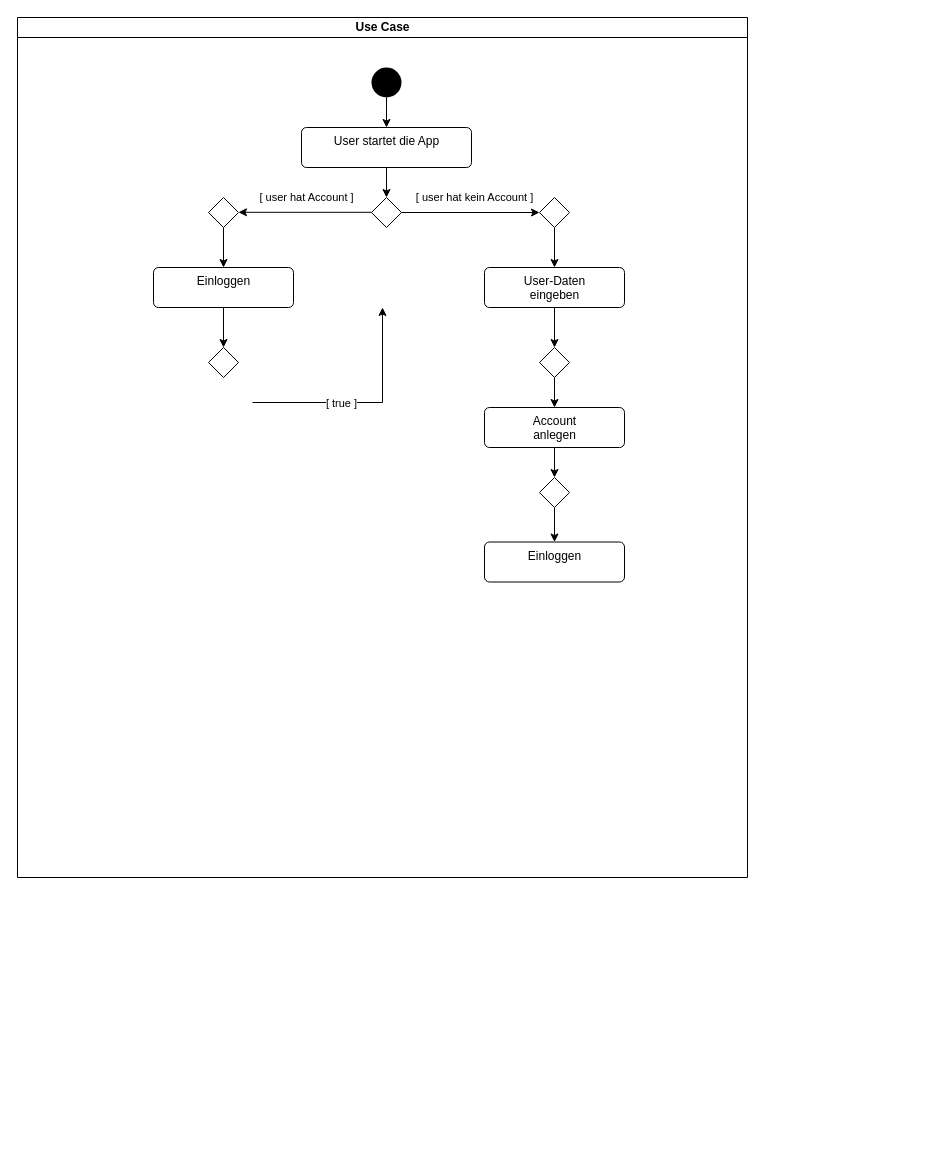
Earlier version of the draw.io diagram page "Aktivitätsdiagramm" (4 of 4) of Artefakte/Untitled Diagram.drawio (JJJS777/EPWS2122KwintSchiller). Source tidied: cells renumbered, new cells numbered last; positions are measured from the earlier drawing's top-left corner, leaving out a move shared by most shapes. Both pictures are drawn from the tidied source at 100%, with x=0, y=0 at pixel (17, 17).
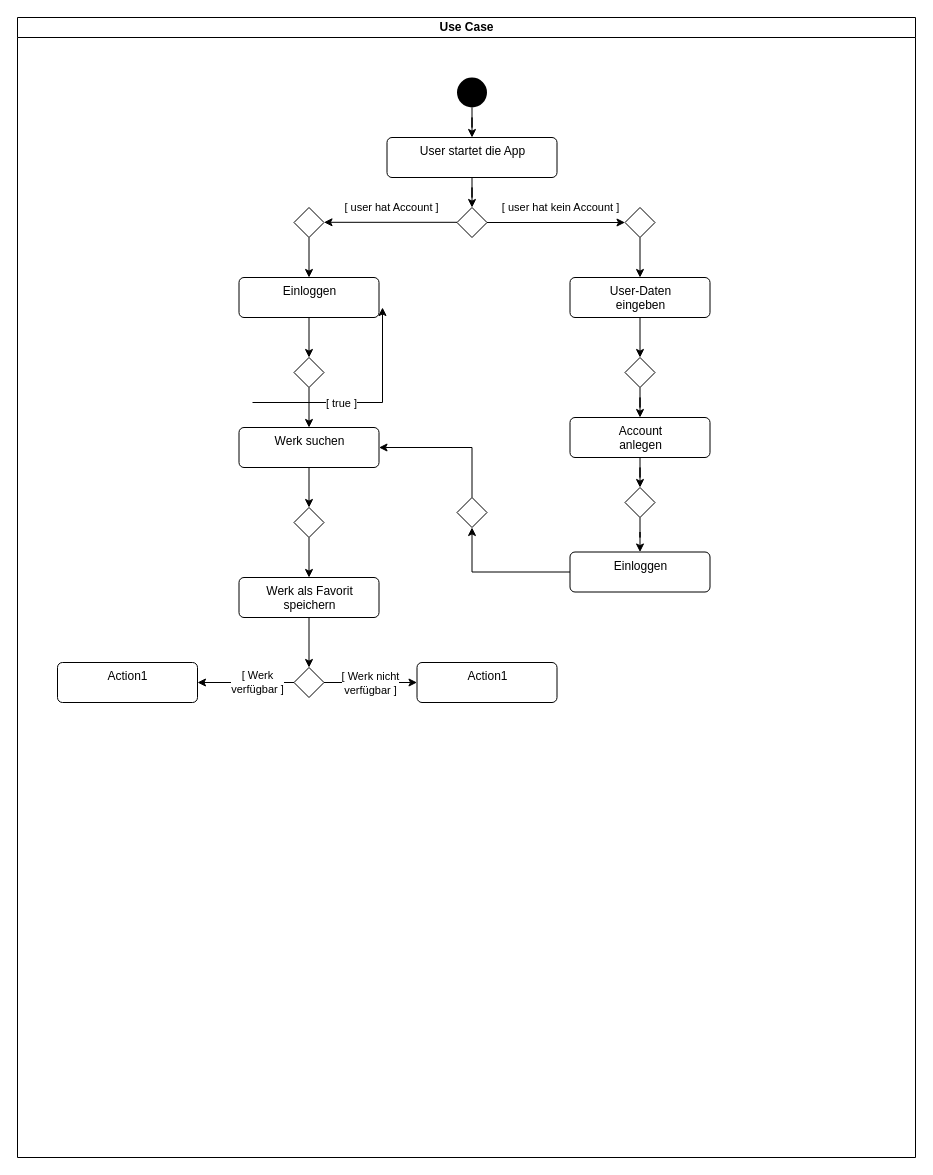
After the change.

Diff of the diagram source:
```diff
@@
     <mxCell id="2" value="Use Case" style="swimlane;html=1;startSize=20;" parent="1" vertex="1">
-      <mxGeometry width="730" height="860" as="geometry" />
+      <mxGeometry width="898" height="1140" as="geometry" />
     </mxCell>
@@
     <mxCell id="4" style="ellipse;fillColor=#000000;strokeColor=none;" parent="2" vertex="1">
-      <mxGeometry x="354" y="50" width="30" height="30" as="geometry" />
+      <mxGeometry x="439.5" y="60" width="30" height="30" as="geometry" />
     </mxCell>
@@
     <mxCell id="7" value="&lt;div&gt;User startet die App&lt;br&gt;&lt;/div&gt;" style="html=1;align=center;verticalAlign=top;rounded=1;absoluteArcSize=1;arcSize=10;dashed=0;" parent="2" vertex="1">
-      <mxGeometry x="284" y="110" width="170" height="40" as="geometry" />
+      <mxGeometry x="369.5" y="120" width="170" height="40" as="geometry" />
     </mxCell>
@@
     <mxCell id="24" style="rhombus;" parent="2" vertex="1">
-      <mxGeometry x="354" y="180" width="30" height="30" as="geometry" />
+      <mxGeometry x="439.5" y="190" width="30" height="30" as="geometry" />
     </mxCell>
@@
     <mxCell id="26" style="rhombus;" parent="2" vertex="1">
-      <mxGeometry x="191" y="180" width="30" height="30" as="geometry" />
+      <mxGeometry x="276.5" y="190" width="30" height="30" as="geometry" />
     </mxCell>
@@
     <mxCell id="28" style="rhombus;" parent="2" vertex="1">
-      <mxGeometry x="522" y="180" width="30" height="30" as="geometry" />
+      <mxGeometry x="607.5" y="190" width="30" height="30" as="geometry" />
     </mxCell>
     <mxCell id="29" style="edgeStyle=orthogonalEdgeStyle;rounded=0;orthogonalLoop=1;jettySize=auto;html=1;entryX=1;entryY=0.5;entryDx=0;entryDy=0;startArrow=none;startFill=0;" parent="2" edge="1">
       <mxGeometry relative="1" as="geometry">
-        <mxPoint x="354" y="194.8" as="sourcePoint" />
-        <mxPoint x="221" y="194.8" as="targetPoint" />
+        <mxPoint x="439.5" y="204.8" as="sourcePoint" />
+        <mxPoint x="306.5" y="204.8" as="targetPoint" />
       </mxGeometry>
     </mxCell>
@@
     <mxCell id="32" value="&lt;div&gt;User-Daten &lt;br&gt;eingeben&lt;br&gt;&lt;/div&gt;" style="html=1;align=center;verticalAlign=top;rounded=1;absoluteArcSize=1;arcSize=10;dashed=0;" parent="2" vertex="1">
-      <mxGeometry x="467" y="250" width="140" height="40" as="geometry" />
+      <mxGeometry x="552.5" y="260" width="140" height="40" as="geometry" />
     </mxCell>
@@
     <mxCell id="34" style="rhombus;" parent="2" vertex="1">
-      <mxGeometry x="522" y="330" width="30" height="30" as="geometry" />
+      <mxGeometry x="607.5" y="340" width="30" height="30" as="geometry" />
     </mxCell>
@@
     <mxCell id="36" value="&lt;div&gt;Account&lt;/div&gt;&lt;div&gt;anlegen&lt;/div&gt;" style="html=1;align=center;verticalAlign=top;rounded=1;absoluteArcSize=1;arcSize=10;dashed=0;" parent="2" vertex="1">
-      <mxGeometry x="467" y="390" width="140" height="40" as="geometry" />
+      <mxGeometry x="552.5" y="400" width="140" height="40" as="geometry" />
     </mxCell>
@@
     <mxCell id="38" style="rhombus;" parent="2" vertex="1">
-      <mxGeometry x="522" y="460" width="30" height="30" as="geometry" />
+      <mxGeometry x="607.5" y="470" width="30" height="30" as="geometry" />
     </mxCell>
+    <mxCell id="43" style="edgeStyle=orthogonalEdgeStyle;rounded=0;jettySize=auto;html=1;entryX=0.5;entryY=1;entryDx=0;entryDy=0;startArrow=none;startFill=0;" parent="2" edge="1" source="39" target="52">
+      <mxGeometry relative="1" as="geometry" />
+    </mxCell>
     <mxCell id="39" value="Einloggen" style="html=1;align=center;verticalAlign=top;rounded=1;absoluteArcSize=1;arcSize=10;dashed=0;" parent="2" vertex="1">
-      <mxGeometry x="467" y="524.5" width="140" height="40" as="geometry" />
+      <mxGeometry x="552.5" y="534.5" width="140" height="40" as="geometry" />
     </mxCell>
@@
     <mxCell id="41" value="Einloggen" style="html=1;align=center;verticalAlign=top;rounded=1;absoluteArcSize=1;arcSize=10;dashed=0;" parent="2" vertex="1">
-      <mxGeometry x="136" y="250" width="140" height="40" as="geometry" />
+      <mxGeometry x="221.5" y="260" width="140" height="40" as="geometry" />
     </mxCell>
+    <mxCell id="44" style="edgeStyle=orthogonalEdgeStyle;rounded=0;jettySize=auto;html=1;startArrow=none;startFill=0;" parent="2" edge="1" source="42" target="46">
+      <mxGeometry relative="1" as="geometry" />
+    </mxCell>
     <mxCell id="42" style="rhombus;" parent="2" vertex="1">
-      <mxGeometry x="191" y="330" width="30" height="30" as="geometry" />
+      <mxGeometry x="276.5" y="340" width="30" height="30" as="geometry" />
     </mxCell>
+    <mxCell id="45" style="edgeStyle=orthogonalEdgeStyle;rounded=0;jettySize=auto;html=1;startArrow=none;startFill=0;" parent="2" edge="1" source="46" target="50">
+      <mxGeometry relative="1" as="geometry" />
+    </mxCell>
+    <mxCell id="46" value="&lt;div&gt;Werk suchen&lt;/div&gt;" style="html=1;align=center;verticalAlign=top;rounded=1;absoluteArcSize=1;arcSize=10;dashed=0;" parent="2" vertex="1">
+      <mxGeometry x="221.5" y="410" width="140" height="40" as="geometry" />
+    </mxCell>
+    <mxCell id="47" style="edgeStyle=orthogonalEdgeStyle;rounded=0;jettySize=auto;html=1;startArrow=none;startFill=0;" parent="2" edge="1" source="48" target="56">
+      <mxGeometry relative="1" as="geometry" />
+    </mxCell>
+    <mxCell id="48" value="Werk als Favorit&lt;br&gt; speichern" style="html=1;align=center;verticalAlign=top;rounded=1;absoluteArcSize=1;arcSize=10;dashed=0;" parent="2" vertex="1">
+      <mxGeometry x="221.5" y="560" width="140" height="40" as="geometry" />
+    </mxCell>
+    <mxCell id="49" style="edgeStyle=orthogonalEdgeStyle;rounded=0;jettySize=auto;html=1;startArrow=none;startFill=0;" parent="2" edge="1" source="50" target="48">
+      <mxGeometry relative="1" as="geometry" />
+    </mxCell>
+    <mxCell id="50" style="rhombus;" parent="2" vertex="1">
+      <mxGeometry x="276.5" y="490" width="30" height="30" as="geometry" />
+    </mxCell>
+    <mxCell id="51" style="edgeStyle=orthogonalEdgeStyle;rounded=0;jettySize=auto;html=1;entryX=1;entryY=0.5;entryDx=0;entryDy=0;startArrow=none;startFill=0;exitX=0.5;exitY=0;exitDx=0;exitDy=0;" parent="2" edge="1" source="52" target="46">
+      <mxGeometry relative="1" as="geometry" />
+    </mxCell>
+    <mxCell id="52" style="rhombus;" parent="2" vertex="1">
+      <mxGeometry x="439.5" y="480" width="30" height="30" as="geometry" />
+    </mxCell>
+    <mxCell id="53" value="[ Werk&lt;br&gt; verfügbar ]" style="edgeStyle=orthogonalEdgeStyle;rounded=0;jettySize=auto;html=1;startArrow=none;startFill=0;" parent="2" edge="1" source="56" target="58">
+      <mxGeometry x="-0.24" relative="1" as="geometry" />
+    </mxCell>
+    <mxCell id="54" style="edgeStyle=orthogonalEdgeStyle;rounded=0;jettySize=auto;html=1;startArrow=none;startFill=0;" parent="2" edge="1" source="56" target="57">
+      <mxGeometry relative="1" as="geometry" />
+    </mxCell>
+    <mxCell id="55" value="[ Werk nicht &lt;br&gt;verfügbar ]" style="edgeLabel;html=1;align=center;verticalAlign=middle;" parent="54" vertex="1">
+      <mxGeometry x="-0.01" relative="1" as="geometry" />
+    </mxCell>
+    <mxCell id="56" style="rhombus;" parent="2" vertex="1">
+      <mxGeometry x="276.5" y="650" width="30" height="30" as="geometry" />
+    </mxCell>
+    <mxCell id="57" value="Action1" style="html=1;align=center;verticalAlign=top;rounded=1;absoluteArcSize=1;arcSize=10;dashed=0;" parent="2" vertex="1">
+      <mxGeometry x="399.5" y="645" width="140" height="40" as="geometry" />
+    </mxCell>
+    <mxCell id="58" value="Action1" style="html=1;align=center;verticalAlign=top;rounded=1;absoluteArcSize=1;arcSize=10;dashed=0;" parent="2" vertex="1">
+      <mxGeometry x="40" y="645" width="140" height="40" as="geometry" />
+    </mxCell>
```
